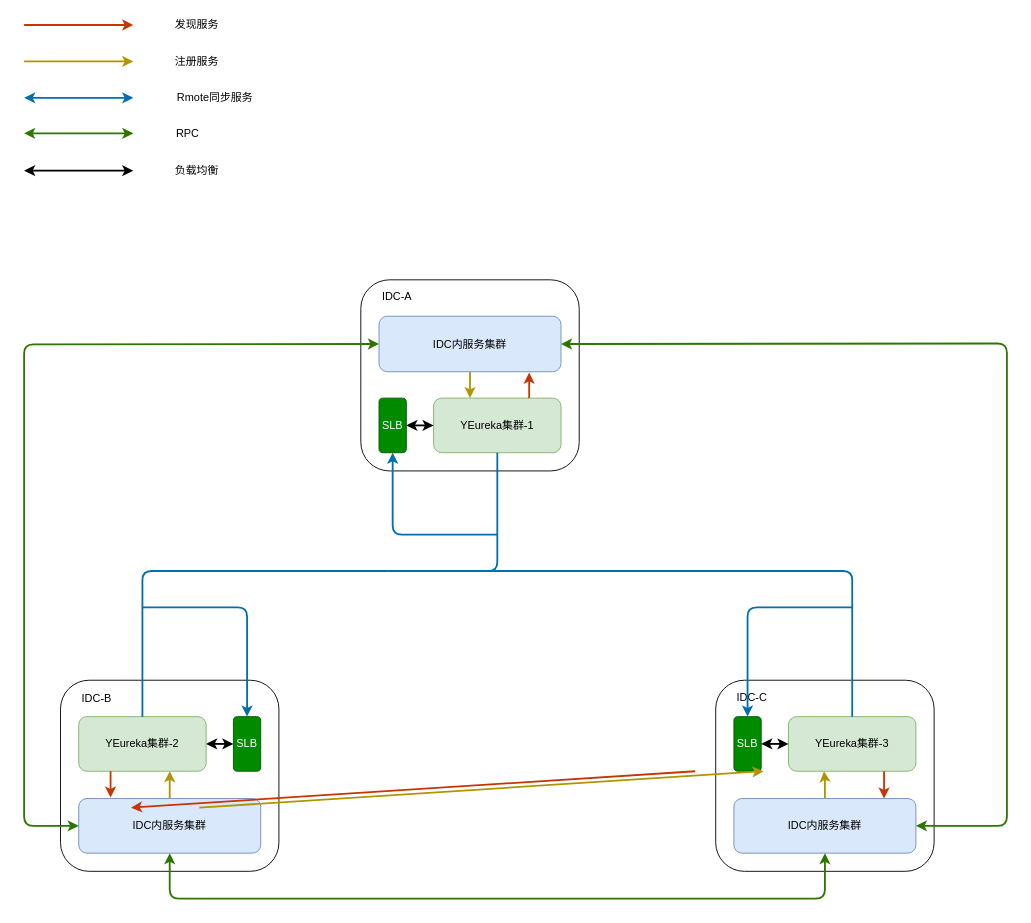
The draw.io diagram 发现服务去中心化拓扑图.drawio in Gred01/study, before the edit. Source tidied: cells renumbered, new cells numbered last; positions are measured from the earlier drawing's top-left corner, leaving out a move shared by most shapes. Both pictures are drawn from the tidied source at 91%, with x=0, y=0 at pixel (24, 15).
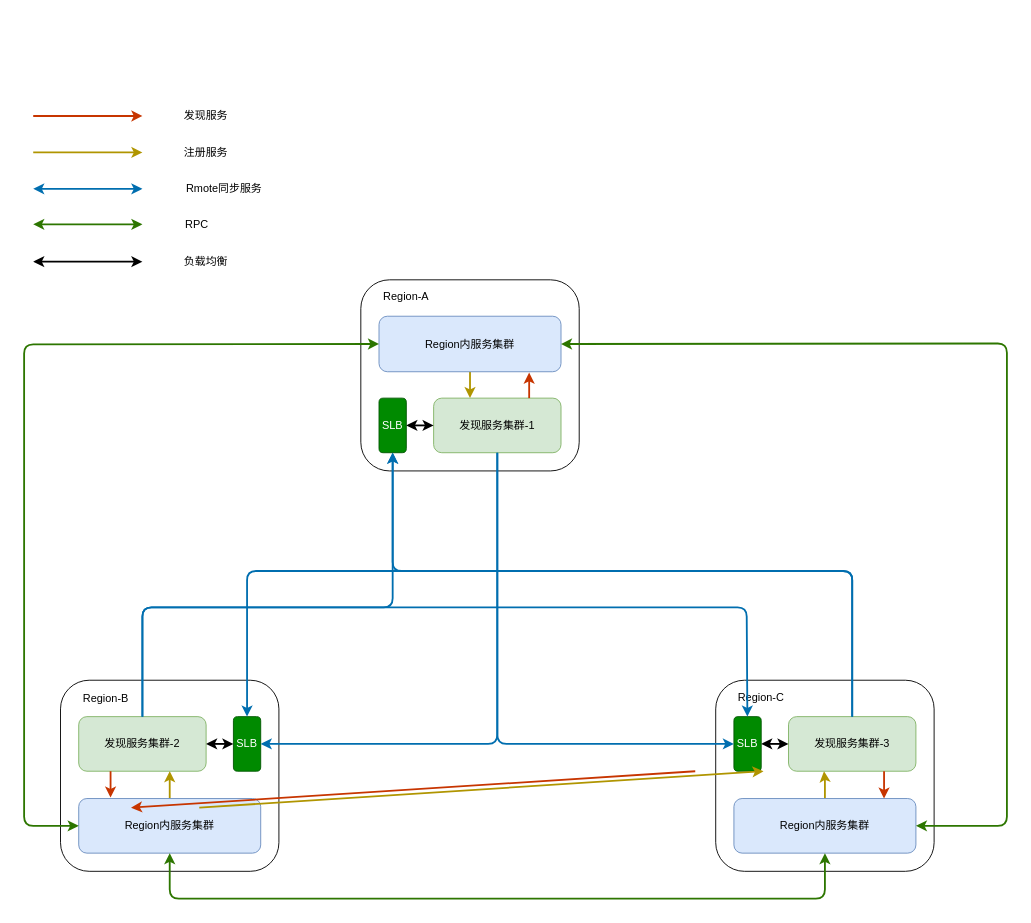
The same diagram, later.

Commit message:
Update 发现服务去中心化拓扑图.drawio

The change refers to these unchanged cells:
```xml
<mxCell id="3" style="group;rotation=0;" parent="1" vertex="1">
  <mxGeometry x="370" y="290" width="240" height="210" as="geometry" />
</mxCell>
<mxCell id="9" value="SLB" style="rounded=1;whiteSpace=wrap;html=1;fillColor=#008a00;strokeColor=#005700;fontColor=#ffffff;rotation=0;" parent="3" vertex="1">
  <mxGeometry x="20" y="130" width="30" height="60" as="geometry" />
</mxCell>
<mxCell id="13" style="group;rotation=0;" parent="1" vertex="1">
  <mxGeometry x="760" y="730" width="240" height="210" as="geometry" />
</mxCell>
<mxCell id="20" value="SLB" style="rounded=1;whiteSpace=wrap;html=1;fillColor=#008a00;strokeColor=#005700;fontColor=#ffffff;rotation=0;" parent="13" vertex="1">
  <mxGeometry x="20" y="40" width="30" height="60" as="geometry" />
</mxCell>
<mxCell id="33" value="SLB" style="rounded=1;whiteSpace=wrap;html=1;fillColor=#008a00;strokeColor=#005700;fontColor=#ffffff;" parent="1" vertex="1">
  <mxGeometry x="230" y="770" width="30" height="60" as="geometry" />
</mxCell>
```

The edit, as a diff of the source:
```diff
@@
-    <mxCell id="5" value="YEureka集群-1" style="rounded=1;whiteSpace=wrap;html=1;fillColor=#d5e8d4;strokeColor=#82b366;rotation=0;" parent="3" vertex="1">
+    <mxCell id="5" value="发现服务集群-1" style="rounded=1;whiteSpace=wrap;html=1;fillColor=#d5e8d4;strokeColor=#82b366;rotation=0;" parent="3" vertex="1">
       <mxGeometry x="80" y="130" width="140" height="60" as="geometry" />
     </mxCell>
@@
-    <mxCell id="7" value="IDC内服务集群" style="rounded=1;whiteSpace=wrap;html=1;fillColor=#dae8fc;strokeColor=#6c8ebf;rotation=0;" parent="3" vertex="1">
+    <mxCell id="7" value="Region内服务集群" style="rounded=1;whiteSpace=wrap;html=1;fillColor=#dae8fc;strokeColor=#6c8ebf;rotation=0;" parent="3" vertex="1">
       <mxGeometry x="20" y="40" width="200" height="61" as="geometry" />
     </mxCell>
-    <mxCell id="8" value="IDC-A" style="text;html=1;strokeColor=none;fillColor=none;align=center;verticalAlign=middle;whiteSpace=wrap;rounded=0;rotation=0;" parent="3" vertex="1">
-      <mxGeometry x="20" y="9" width="40" height="20" as="geometry" />
+    <mxCell id="8" value="Region-A" style="text;html=1;strokeColor=none;fillColor=none;align=center;verticalAlign=middle;whiteSpace=wrap;rounded=0;rotation=0;" parent="3" vertex="1">
+      <mxGeometry x="20" y="9" width="60" height="20" as="geometry" />
     </mxCell>
@@
-    <mxCell id="12" style="endArrow=classic;html=1;strokeColor=#006EAF;strokeWidth=2;entryX=0.5;entryY=1;entryDx=0;entryDy=0;fillColor=#1ba1e2;" parent="3" edge="1" target="9">
-      <mxGeometry relative="1" as="geometry">
-        <mxPoint x="150" y="280" as="sourcePoint" />
-        <Array as="points">
-          <mxPoint x="35" y="280" />
-        </Array>
-      </mxGeometry>
-    </mxCell>
@@
-    <mxCell id="15" value="YEureka集群-3" style="rounded=1;whiteSpace=wrap;html=1;fillColor=#d5e8d4;strokeColor=#82b366;rotation=0;" parent="13" vertex="1">
+    <mxCell id="15" value="发现服务集群-3" style="rounded=1;whiteSpace=wrap;html=1;fillColor=#d5e8d4;strokeColor=#82b366;rotation=0;" parent="13" vertex="1">
       <mxGeometry x="80" y="40" width="140" height="60" as="geometry" />
     </mxCell>
@@
-    <mxCell id="17" value="IDC内服务集群" style="rounded=1;whiteSpace=wrap;html=1;fillColor=#dae8fc;strokeColor=#6c8ebf;rotation=0;" parent="13" vertex="1">
+    <mxCell id="17" value="Region内服务集群" style="rounded=1;whiteSpace=wrap;html=1;fillColor=#dae8fc;strokeColor=#6c8ebf;rotation=0;" parent="13" vertex="1">
       <mxGeometry x="20" y="130" width="200" height="60" as="geometry" />
     </mxCell>
-    <mxCell id="18" value="IDC-C" style="text;html=1;strokeColor=none;fillColor=none;align=center;verticalAlign=middle;whiteSpace=wrap;rounded=0;rotation=0;" parent="13" vertex="1">
-      <mxGeometry x="20" y="9" width="40" height="20" as="geometry" />
+    <mxCell id="18" value="Region-C" style="text;html=1;strokeColor=none;fillColor=none;align=center;verticalAlign=middle;whiteSpace=wrap;rounded=0;rotation=0;" parent="13" vertex="1">
+      <mxGeometry x="20" y="9" width="60" height="20" as="geometry" />
     </mxCell>
@@
-    <mxCell id="23" value="YEureka集群-2" style="rounded=1;whiteSpace=wrap;html=1;fillColor=#d5e8d4;strokeColor=#82b366;" parent="1" vertex="1">
+    <mxCell id="23" value="发现服务集群-2" style="rounded=1;whiteSpace=wrap;html=1;fillColor=#d5e8d4;strokeColor=#82b366;" parent="1" vertex="1">
       <mxGeometry x="60" y="770" width="140" height="60" as="geometry" />
     </mxCell>
@@
-    <mxCell id="25" value="IDC内服务集群" style="rounded=1;whiteSpace=wrap;html=1;fillColor=#dae8fc;strokeColor=#6c8ebf;" parent="1" vertex="1">
+    <mxCell id="25" value="Region内服务集群" style="rounded=1;whiteSpace=wrap;html=1;fillColor=#dae8fc;strokeColor=#6c8ebf;" parent="1" vertex="1">
       <mxGeometry x="60" y="860" width="200" height="60" as="geometry" />
     </mxCell>
-    <mxCell id="26" value="IDC-B" style="text;html=1;strokeColor=none;fillColor=none;align=center;verticalAlign=middle;whiteSpace=wrap;rounded=0;" parent="1" vertex="1">
-      <mxGeometry x="60" y="740" width="40" height="20" as="geometry" />
+    <mxCell id="26" value="Region-B" style="text;html=1;strokeColor=none;fillColor=none;align=center;verticalAlign=middle;whiteSpace=wrap;rounded=0;" parent="1" vertex="1">
+      <mxGeometry x="60" y="740" width="60" height="20" as="geometry" />
     </mxCell>
@@
+    <mxCell id="52" style="edgeStyle=orthogonalEdgeStyle;rounded=0;orthogonalLoop=1;jettySize=auto;html=1;exitX=0.5;exitY=1;exitDx=0;exitDy=0;strokeColor=#000000;strokeWidth=2;" parent="1" edge="1" source="26" target="26">
+      <mxGeometry relative="1" as="geometry" />
+    </mxCell>
+    <mxCell id="53" style="endArrow=classic;html=1;strokeColor=#006EAF;strokeWidth=2;exitX=0.5;exitY=1;exitDx=0;exitDy=0;entryX=1;entryY=0.5;entryDx=0;entryDy=0;fillColor=#1ba1e2;" parent="1" edge="1" source="5" target="33">
+      <mxGeometry relative="1" as="geometry">
+        <Array as="points">
+          <mxPoint x="520" y="800" />
+        </Array>
+      </mxGeometry>
+    </mxCell>
+    <mxCell id="54" style="endArrow=classic;html=1;strokeColor=#006EAF;strokeWidth=2;entryX=0;entryY=0.5;entryDx=0;entryDy=0;exitX=0.5;exitY=1;exitDx=0;exitDy=0;fillColor=#1ba1e2;" parent="1" edge="1" source="5" target="20">
+      <mxGeometry relative="1" as="geometry">
+        <Array as="points">
+          <mxPoint x="520" y="800" />
+        </Array>
+      </mxGeometry>
+    </mxCell>
+    <mxCell id="55" style="endArrow=classic;html=1;strokeColor=#006EAF;strokeWidth=2;exitX=0.5;exitY=0;exitDx=0;exitDy=0;entryX=0.5;entryY=1;entryDx=0;entryDy=0;fillColor=#1ba1e2;" parent="1" edge="1" source="23" target="9">
+      <mxGeometry relative="1" as="geometry">
+        <Array as="points">
+          <mxPoint x="130" y="650" />
+          <mxPoint x="405" y="650" />
+        </Array>
+      </mxGeometry>
+    </mxCell>
+    <mxCell id="56" style="endArrow=classic;html=1;strokeColor=#006EAF;strokeWidth=2;exitX=0.5;exitY=0;exitDx=0;exitDy=0;fillColor=#1ba1e2;" parent="1" edge="1" source="23" target="20">
+      <mxGeometry relative="1" as="geometry">
+        <Array as="points">
+          <mxPoint x="130" y="650" />
+          <mxPoint x="794" y="650" />
+        </Array>
+      </mxGeometry>
+    </mxCell>
+    <mxCell id="57" style="endArrow=classic;html=1;strokeColor=#006EAF;strokeWidth=2;exitX=0.5;exitY=0;exitDx=0;exitDy=0;entryX=0.5;entryY=1;entryDx=0;entryDy=0;fillColor=#1ba1e2;" parent="1" edge="1" source="15" target="9">
+      <mxGeometry relative="1" as="geometry">
+        <Array as="points">
+          <mxPoint x="910" y="610" />
+          <mxPoint x="405" y="610" />
+        </Array>
+      </mxGeometry>
+    </mxCell>
+    <mxCell id="58" style="endArrow=classic;html=1;strokeColor=#006EAF;strokeWidth=2;exitX=0.5;exitY=0;exitDx=0;exitDy=0;entryX=0.5;entryY=0;entryDx=0;entryDy=0;fillColor=#1ba1e2;" parent="1" edge="1" source="15" target="33">
+      <mxGeometry relative="1" as="geometry">
+        <Array as="points">
+          <mxPoint x="910" y="610" />
+          <mxPoint x="245" y="610" />
+        </Array>
+      </mxGeometry>
+    </mxCell>
+    <mxCell id="59" style="group;" parent="1" vertex="1">
+      <mxGeometry x="10" y="100" width="260" height="180" as="geometry" />
+    </mxCell>
-    <mxCell id="35" style="group;" parent="1" vertex="1">
+    <mxCell id="35" style="group;" parent="59" vertex="1">
       <mxGeometry width="260" height="180" as="geometry" />
     </mxCell>
@@
-    <mxCell id="47" style="endArrow=none;html=1;strokeColor=#006EAF;strokeWidth=2;entryX=0.5;entryY=1;entryDx=0;entryDy=0;fillColor=#1ba1e2;" parent="1" edge="1" target="5">
-      <mxGeometry relative="1" as="geometry">
-        <mxPoint x="400" y="610" as="sourcePoint" />
-        <Array as="points">
-          <mxPoint x="520" y="610" />
-        </Array>
-      </mxGeometry>
-    </mxCell>
-    <mxCell id="48" style="endArrow=none;html=1;strokeColor=#006EAF;strokeWidth=2;exitX=0.5;exitY=0;exitDx=0;exitDy=0;fillColor=#1ba1e2;" parent="1" edge="1" source="23">
-      <mxGeometry relative="1" as="geometry">
-        <mxPoint x="400" y="610" as="targetPoint" />
-        <Array as="points">
-          <mxPoint x="130" y="650" />
-          <mxPoint x="130" y="610" />
-        </Array>
-      </mxGeometry>
-    </mxCell>
-    <mxCell id="49" style="endArrow=none;html=1;strokeColor=#006EAF;strokeWidth=2;exitX=0.5;exitY=0;exitDx=0;exitDy=0;fillColor=#1ba1e2;" parent="1" edge="1">
-      <mxGeometry relative="1" as="geometry">
-        <mxPoint x="910" y="770" as="sourcePoint" />
-        <mxPoint x="510" y="610" as="targetPoint" />
-        <Array as="points">
-          <mxPoint x="910" y="610" />
-        </Array>
-      </mxGeometry>
-    </mxCell>
-    <mxCell id="50" style="endArrow=classic;html=1;strokeColor=#006EAF;strokeWidth=2;entryX=0.5;entryY=0;entryDx=0;entryDy=0;fillColor=#1ba1e2;" parent="1" edge="1" target="33">
-      <mxGeometry relative="1" as="geometry">
-        <mxPoint x="130" y="650" as="sourcePoint" />
-        <Array as="points">
-          <mxPoint x="245" y="650" />
-        </Array>
-      </mxGeometry>
-    </mxCell>
-    <mxCell id="51" style="endArrow=classic;html=1;strokeColor=#006EAF;strokeWidth=2;entryX=0.5;entryY=0;entryDx=0;entryDy=0;fillColor=#1ba1e2;" parent="1" edge="1" target="20">
-      <mxGeometry relative="1" as="geometry">
-        <mxPoint x="910" y="650" as="sourcePoint" />
-        <Array as="points">
-          <mxPoint x="795" y="650" />
-        </Array>
-      </mxGeometry>
-    </mxCell>
```
